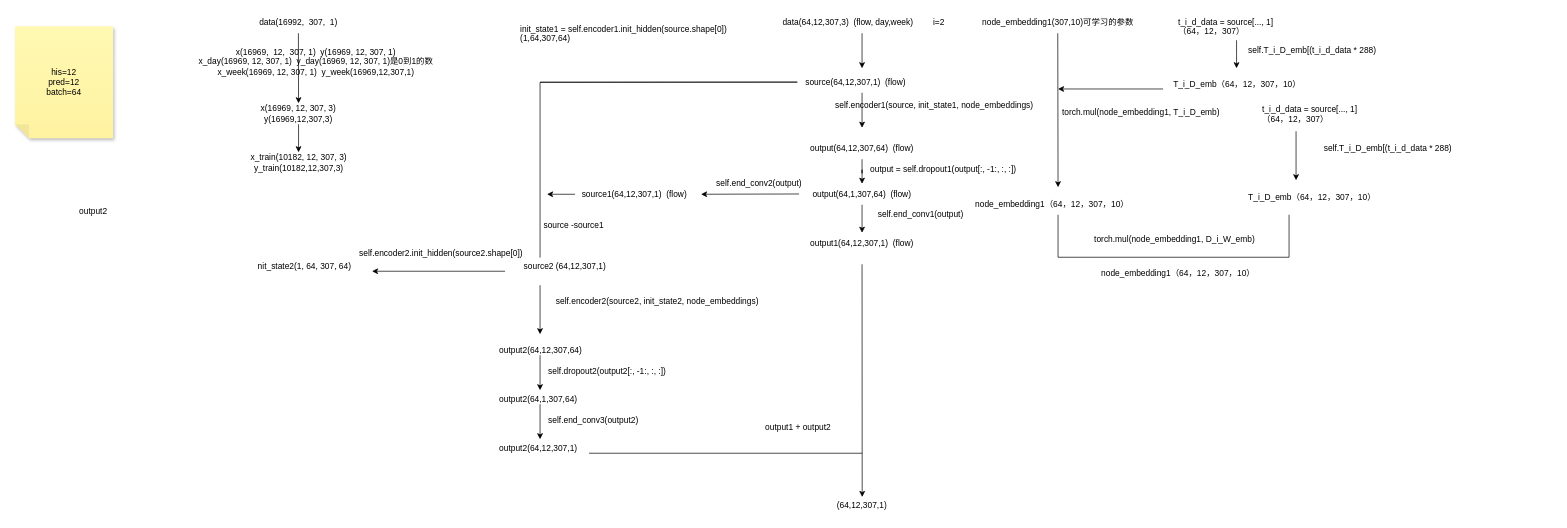
Above: DDGCRN/DDGCRN.drawio in turmony/ModelInfo (draw.io), before the change. Source tidied: cells renumbered, new cells numbered last; positions are measured from the earlier drawing's top-left corner, leaving out a move shared by most shapes. Both pictures are drawn from the tidied source at 70%, with x=0, y=0 at pixel (15, 12).
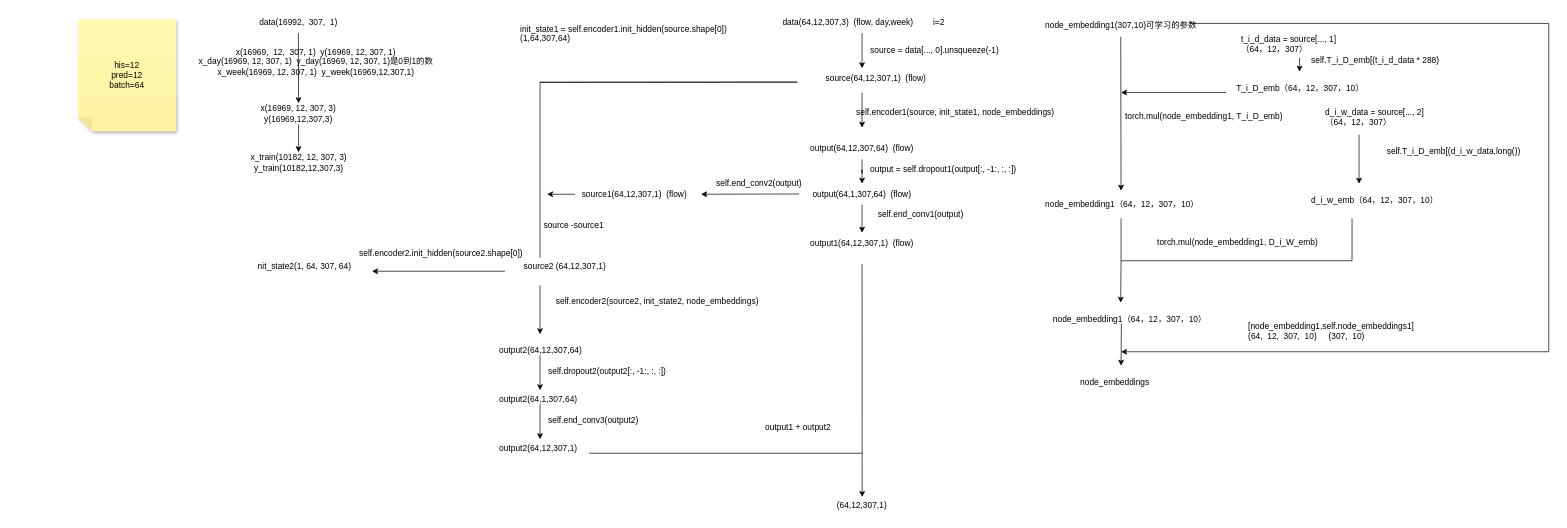
The same page after the edit.

What changed in the source:
```diff
@@
     <mxCell id="3" value="his=12&lt;div&gt;pred=12&lt;/div&gt;&lt;div&gt;batch=64&lt;/div&gt;" style="shape=note;whiteSpace=wrap;html=1;backgroundOutline=1;fontColor=#000000;darkOpacity=0.05;fillColor=#FFF9B2;strokeColor=none;fillStyle=solid;direction=west;gradientDirection=north;gradientColor=#FFF2A1;shadow=1;size=20;" parent="1" vertex="1">
-      <mxGeometry y="20" width="140" height="160" as="geometry" />
+      <mxGeometry x="90" y="10" width="140" height="160" as="geometry" />
     </mxCell>
@@
     <mxCell id="12" value="node_embedding1(307,10)可学习的参数" style="text;whiteSpace=wrap;html=1;" parent="1" vertex="1">
-      <mxGeometry x="1380" width="220" height="40" as="geometry" />
+      <mxGeometry x="1470" y="5" width="220" height="40" as="geometry" />
     </mxCell>
     <mxCell id="13" style="edgeStyle=orthogonalEdgeStyle;rounded=0;jettySize=auto;html=1;" parent="1" edge="1" source="14">
       <mxGeometry relative="1" as="geometry">
-        <mxPoint x="1745" y="80" as="targetPoint" />
+        <mxPoint x="1835" y="85" as="targetPoint" />
+        <Array as="points">
+          <mxPoint x="1835" y="85" />
+        </Array>
       </mxGeometry>
     </mxCell>
     <mxCell id="14" value="t_i_d_data   = source[..., 1]&lt;div&gt;（64，12，307）&lt;/div&gt;" style="text;whiteSpace=wrap;html=1;" parent="1" vertex="1">
-      <mxGeometry x="1660" width="170" height="40" as="geometry" />
+      <mxGeometry x="1750" y="25" width="170" height="40" as="geometry" />
     </mxCell>
     <mxCell id="15" value="self.T_i_D_emb[(t_i_d_data * 288)" style="text;whiteSpace=wrap;html=1;" parent="1" vertex="1">
-      <mxGeometry x="1760" y="40" width="220" height="40" as="geometry" />
+      <mxGeometry x="1850" y="55" width="220" height="40" as="geometry" />
     </mxCell>
     <mxCell id="16" value="T_i_D_emb（64，12，307，10）" style="text;whiteSpace=wrap;html=1;" parent="1" vertex="1">
-      <mxGeometry x="1652.5" y="90" width="185" height="40" as="geometry" />
+      <mxGeometry x="1742.5" y="95" width="185" height="40" as="geometry" />
     </mxCell>
     <mxCell id="17" style="endArrow=classic;html=1;rounded=0;" parent="1" edge="1">
       <mxGeometry relative="1" as="geometry">
-        <mxPoint x="1489.6" y="30" as="sourcePoint" />
-        <mxPoint x="1490" y="250" as="targetPoint" />
+        <mxPoint x="1579.6" y="35" as="sourcePoint" />
+        <mxPoint x="1580" y="255" as="targetPoint" />
       </mxGeometry>
     </mxCell>
     <mxCell id="18" style="endArrow=classic;html=1;rounded=0;" parent="1" edge="1">
       <mxGeometry relative="1" as="geometry">
-        <mxPoint x="1640" y="109.6" as="sourcePoint" />
-        <mxPoint x="1490" y="109.6" as="targetPoint" />
+        <mxPoint x="1730" y="114.6" as="sourcePoint" />
+        <mxPoint x="1580" y="114.6" as="targetPoint" />
       </mxGeometry>
     </mxCell>
     <mxCell id="19" value="torch.mul(node_embedding1, T_i_D_emb)" style="text;whiteSpace=wrap;html=1;" parent="1" vertex="1">
-      <mxGeometry x="1494" y="130" width="230" height="30" as="geometry" />
+      <mxGeometry x="1584" y="135" width="230" height="30" as="geometry" />
     </mxCell>
     <mxCell id="20" value="node_embedding1（64，12，307，10）" style="text;whiteSpace=wrap;html=1;" parent="1" vertex="1">
-      <mxGeometry x="1370" y="260" width="240" height="40" as="geometry" />
+      <mxGeometry x="1470" y="260" width="240" height="40" as="geometry" />
     </mxCell>
-    <mxCell id="21" value="t_i_d_data   = source[..., 1]&lt;div&gt;（64，12，307）&lt;/div&gt;" style="text;whiteSpace=wrap;html=1;" parent="1" vertex="1">
-      <mxGeometry x="1780" y="125" width="170" height="40" as="geometry" />
+    <mxCell id="21" value="d_i_w_data   = source[..., 2]&lt;div&gt;（64，12，307）&lt;/div&gt;" style="text;whiteSpace=wrap;html=1;" parent="1" vertex="1">
+      <mxGeometry x="1870" y="130" width="170" height="40" as="geometry" />
     </mxCell>
-    <mxCell id="22" value="self.T_i_D_emb[(t_i_d_data * 288)" style="text;whiteSpace=wrap;html=1;" parent="1" vertex="1">
-      <mxGeometry x="1867.5" y="180" width="220" height="40" as="geometry" />
+    <mxCell id="22" value="self.T_i_D_emb[(d_i_w_data.long())" style="text;whiteSpace=wrap;html=1;" parent="1" vertex="1">
+      <mxGeometry x="1957.5" y="185" width="220" height="40" as="geometry" />
     </mxCell>
-    <mxCell id="23" value="T_i_D_emb（64，12，307，10）" style="text;whiteSpace=wrap;html=1;" parent="1" vertex="1">
-      <mxGeometry x="1760" y="250" width="185" height="40" as="geometry" />
+    <mxCell id="23" value="d_i_w_emb（64，12，307，10）" style="text;whiteSpace=wrap;html=1;" parent="1" vertex="1">
+      <mxGeometry x="1850" y="255" width="185" height="40" as="geometry" />
     </mxCell>
     <mxCell id="24" style="endArrow=classic;html=1;rounded=0;" parent="1" edge="1">
       <mxGeometry relative="1" as="geometry">
-        <mxPoint x="1830" y="170" as="sourcePoint" />
-        <mxPoint x="1830" y="240" as="targetPoint" />
+        <mxPoint x="1920" y="175" as="sourcePoint" />
+        <mxPoint x="1920" y="245" as="targetPoint" />
       </mxGeometry>
     </mxCell>
     <mxCell id="25" style="shape=partialRectangle;whiteSpace=wrap;html=1;bottom=1;right=1;left=1;top=0;fillColor=none;routingCenterX=-0.5;" parent="1" vertex="1">
-      <mxGeometry x="1490" y="290" width="330" height="60" as="geometry" />
+      <mxGeometry x="1580" y="295" width="330" height="60" as="geometry" />
     </mxCell>
     <mxCell id="26" value="torch.mul(node_embedding1, D_i_W_emb)" style="text;whiteSpace=wrap;html=1;" parent="1" vertex="1">
-      <mxGeometry x="1540" y="310" width="260" height="40" as="geometry" />
+      <mxGeometry x="1630" y="315" width="260" height="40" as="geometry" />
     </mxCell>
     <mxCell id="27" value="node_embedding1（64，12，307，10）" style="text;whiteSpace=wrap;html=1;" parent="1" vertex="1">
-      <mxGeometry x="1550" y="360" width="240" height="40" as="geometry" />
+      <mxGeometry x="1481" y="425" width="240" height="40" as="geometry" />
     </mxCell>
     <mxCell id="28" value="source(64,12,307,1)&amp;nbsp; (flow)" style="text;strokeColor=none;align=center;fillColor=none;html=1;verticalAlign=middle;whiteSpace=wrap;rounded=0;" parent="1" vertex="1">
-      <mxGeometry x="1091" y="85" width="220" height="30" as="geometry" />
+      <mxGeometry x="1120" y="80" width="220" height="30" as="geometry" />
     </mxCell>
@@
     <mxCell id="31" value="self.encoder1(source, init_state1, node_embeddings)" style="text;whiteSpace=wrap;html=1;" parent="1" vertex="1">
-      <mxGeometry x="1170" y="120" width="320" height="40" as="geometry" />
+      <mxGeometry x="1200" y="130" width="320" height="40" as="geometry" />
     </mxCell>
@@
-    <mxCell id="53" value="output2" style="text;whiteSpace=wrap;html=1;" parent="1" vertex="1">
-      <mxGeometry x="90" y="270" width="70" height="40" as="geometry" />
-    </mxCell>
@@
+    <mxCell id="65" style="endArrow=classic;html=1;rounded=0;" parent="1" edge="1">
+      <mxGeometry relative="1" as="geometry">
+        <mxPoint x="1580" y="355" as="sourcePoint" />
+        <mxPoint x="1579.5" y="415" as="targetPoint" />
+      </mxGeometry>
+    </mxCell>
+    <mxCell id="66" value="source = data[..., 0].unsqueeze(-1)" style="text;whiteSpace=wrap;html=1;" parent="1" vertex="1">
+      <mxGeometry x="1220" y="40" width="230" height="40" as="geometry" />
+    </mxCell>
+    <mxCell id="67" value="[node_embedding1,self.node_embeddings1]&lt;div&gt;(64,&amp;nbsp; 12,&amp;nbsp; 307,&amp;nbsp; 10)&amp;nbsp; &amp;nbsp; &amp;nbsp;(307,&amp;nbsp; 10)&lt;/div&gt;" style="text;whiteSpace=wrap;html=1;" parent="1" vertex="1">
+      <mxGeometry x="1760" y="435" width="250" height="50" as="geometry" />
+    </mxCell>
+    <mxCell id="68" style="endArrow=classic;html=1;rounded=0;" parent="1" edge="1">
+      <mxGeometry relative="1" as="geometry">
+        <mxPoint x="1580.5" y="445" as="sourcePoint" />
+        <mxPoint x="1580" y="505" as="targetPoint" />
+      </mxGeometry>
+    </mxCell>
+    <mxCell id="69" style="endArrow=classic;html=1;rounded=0;edgeStyle=orthogonalEdgeStyle;" parent="1" edge="1">
+      <mxGeometry relative="1" as="geometry">
+        <mxPoint x="1680" y="15" as="sourcePoint" />
+        <mxPoint x="1580" y="485" as="targetPoint" />
+        <Array as="points">
+          <mxPoint x="1680" y="16" />
+          <mxPoint x="2191" y="16" />
+          <mxPoint x="2191" y="485" />
+          <mxPoint x="1990" y="485" />
+        </Array>
+      </mxGeometry>
+    </mxCell>
+    <mxCell id="70" value="node_embeddings" style="text;whiteSpace=wrap;html=1;" parent="1" vertex="1">
+      <mxGeometry x="1520" y="515" width="140" height="40" as="geometry" />
+    </mxCell>
```
